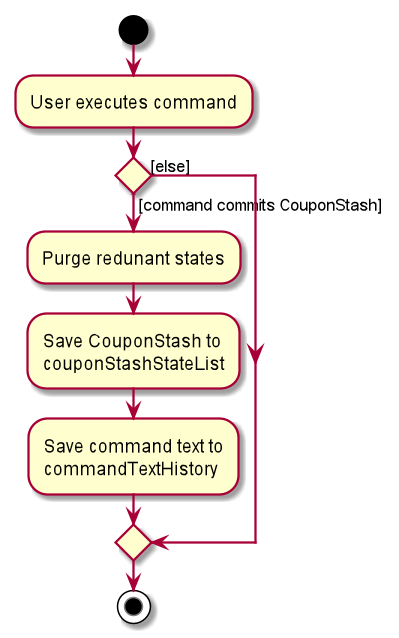
Above: docs/images/CommitActivityDiagram.png in nus-cs2103-AY1920S2/addressbook-level3 (PlantUML), before the change.
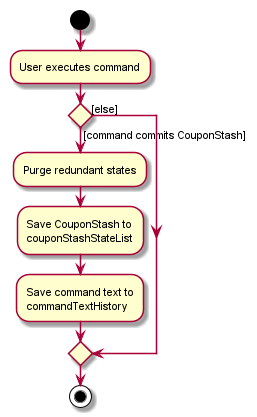
Later version of the same file.

Diff of the diagram source:
```diff
@@ -1,10 +1,14 @@
 @startuml
 start
+
+skinparam ActivityFontSize 11
+skinparam ArrowFontSize 11
+
 :User executes command;
 
 
 if () then ([command commits CouponStash])
-    :Purge redunant states;
+    :Purge redundant states;
     :Save CouponStash to\ncouponStashStateList;
     :Save command text to\ncommandTextHistory;
 else ([else])
```
